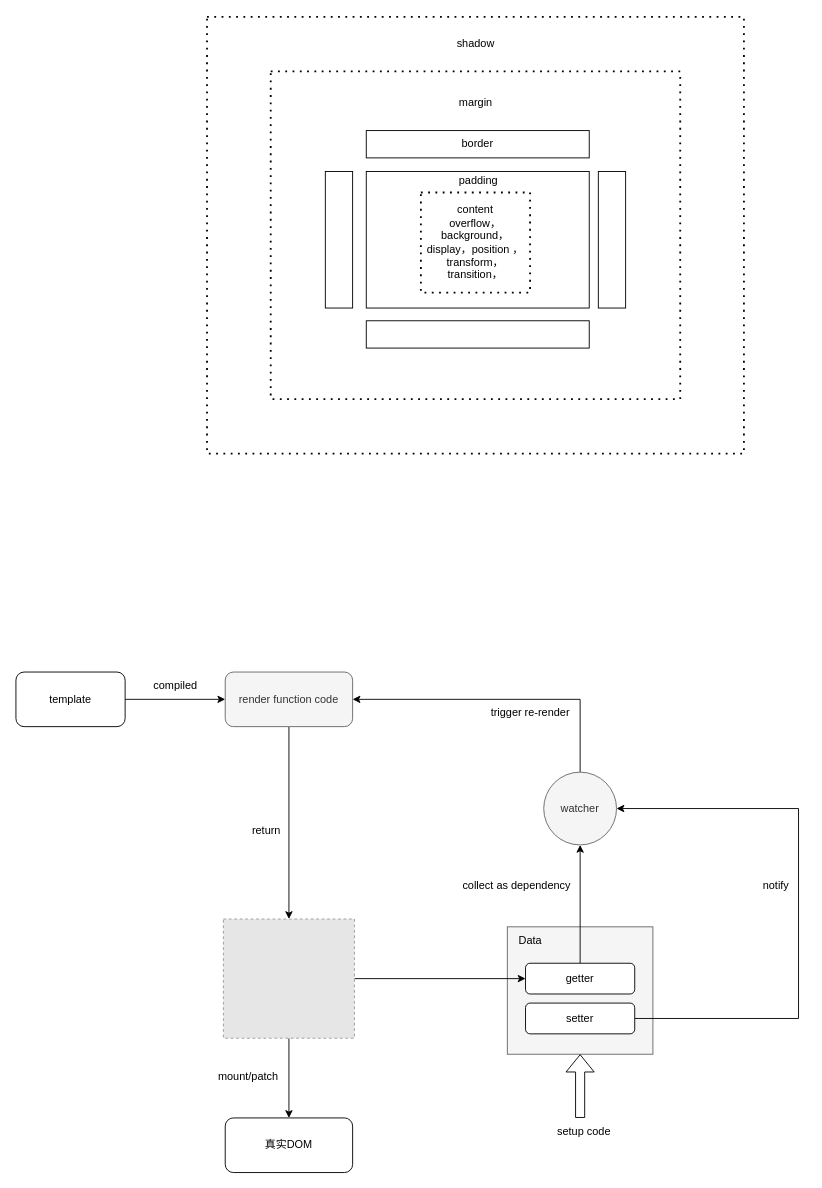
The draw.io diagram front_end.drawio in tearsmoon/drawio, before the edit. Source tidied: cells renumbered, new cells numbered last; positions are measured from the earlier drawing's top-left corner, leaving out a move shared by most shapes. Both pictures are drawn from the tidied source at 91%, with x=0, y=0 at pixel (15, 16). Pictures stored in the file or linked from it are replaced by grey dashed boxes.
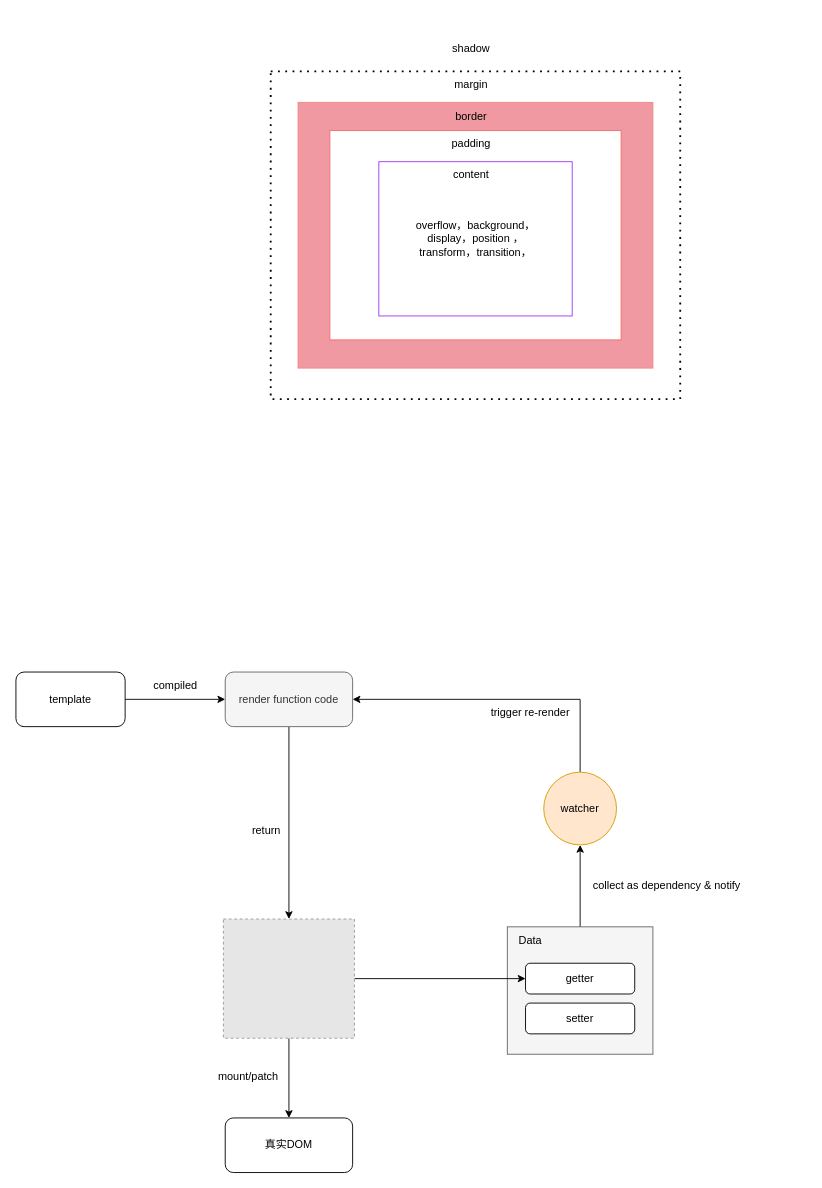
The same page after the edit.

The change refers to these unchanged cells:
```xml
<mxCell id="2" style="rounded=0;whiteSpace=wrap;html=1;fillColor=#f5f5f5;fontColor=#333333;strokeColor=#666666;" parent="1" vertex="1">
  <mxGeometry x="540" y="1000" width="160" height="140" as="geometry" />
</mxCell>
<mxCell id="28" value="getter" style="rounded=1;whiteSpace=wrap;html=1;" parent="1" vertex="1">
  <mxGeometry x="560" y="1040" width="120" height="33.8" as="geometry" />
</mxCell>
<mxCell id="30" value="setter" style="rounded=1;whiteSpace=wrap;html=1;" parent="1" vertex="1">
  <mxGeometry x="560" y="1083.8" width="120" height="33.8" as="geometry" />
</mxCell>
```

What changed in the source:
```diff
@@
+    <mxCell id="37" style="edgeStyle=orthogonalEdgeStyle;rounded=0;jettySize=auto;html=1;exitX=0.5;exitY=0;exitDx=0;exitDy=0;entryX=0.5;entryY=1;entryDx=0;entryDy=0;" parent="1" edge="1" source="2" target="24">
+      <mxGeometry relative="1" as="geometry" />
+    </mxCell>
@@
-    <mxCell id="3" style="rounded=0;whiteSpace=wrap;html=1;endArrow=none;dashed=1;html=1;dashPattern=1 3;strokeWidth=2;rounded=0;" parent="1" vertex="1">
-      <mxGeometry x="210" width="590" height="480" as="geometry" />
-    </mxCell>
@@
-    <mxCell id="5" value="border" style="rounded=0;whiteSpace=wrap;html=1;" parent="1" vertex="1">
-      <mxGeometry x="385" y="125" width="245" height="30" as="geometry" />
-    </mxCell>
-    <mxCell id="6" style="rounded=0;whiteSpace=wrap;html=1;" parent="1" vertex="1">
-      <mxGeometry x="340" y="170" width="30" height="150" as="geometry" />
-    </mxCell>
-    <mxCell id="7" style="rounded=0;whiteSpace=wrap;html=1;" parent="1" vertex="1">
-      <mxGeometry x="640" y="170" width="30" height="150" as="geometry" />
-    </mxCell>
-    <mxCell id="8" style="rounded=0;whiteSpace=wrap;html=1;" parent="1" vertex="1">
-      <mxGeometry x="385" y="334" width="245" height="30" as="geometry" />
-    </mxCell>
-    <mxCell id="9" style="rounded=0;whiteSpace=wrap;html=1;" parent="1" vertex="1">
-      <mxGeometry x="385" y="170" width="245" height="150" as="geometry" />
-    </mxCell>
-    <mxCell id="10" value="padding" style="text;html=1;align=center;verticalAlign=middle;strokeColor=none;fillColor=none;" parent="1" vertex="1">
-      <mxGeometry x="472.5" y="165" width="70" height="30" as="geometry" />
-    </mxCell>
     <mxCell id="11" value="margin" style="text;html=1;align=center;verticalAlign=middle;strokeColor=none;fillColor=none;" parent="1" vertex="1">
-      <mxGeometry x="475" y="80" width="60" height="30" as="geometry" />
+      <mxGeometry x="470" y="60" width="60" height="30" as="geometry" />
     </mxCell>
     <mxCell id="12" value="shadow" style="text;html=1;align=center;verticalAlign=middle;strokeColor=none;fillColor=none;" parent="1" vertex="1">
-      <mxGeometry x="475" y="15" width="60" height="30" as="geometry" />
+      <mxGeometry x="470" y="20" width="60" height="30" as="geometry" />
     </mxCell>
@@
-    <mxCell id="24" value="watcher" style="ellipse;whiteSpace=wrap;html=1;fillColor=#f5f5f5;fontColor=#333333;strokeColor=#666666;" parent="1" vertex="1">
+    <mxCell id="24" value="watcher" style="ellipse;whiteSpace=wrap;html=1;fillColor=#ffe6cc;strokeColor=#d79b00;" parent="1" vertex="1">
       <mxGeometry x="580" y="830" width="80" height="80" as="geometry" />
     </mxCell>
@@
-    <mxCell id="27" style="edgeStyle=orthogonalEdgeStyle;rounded=0;jettySize=auto;html=1;exitX=0.5;exitY=0;exitDx=0;exitDy=0;entryX=0.5;entryY=1;entryDx=0;entryDy=0;" parent="1" edge="1" source="28" target="24">
-      <mxGeometry relative="1" as="geometry" />
-    </mxCell>
@@
-    <mxCell id="29" style="edgeStyle=orthogonalEdgeStyle;rounded=0;jettySize=auto;html=1;exitX=1;exitY=0.5;exitDx=0;exitDy=0;entryX=1;entryY=0.5;entryDx=0;entryDy=0;" parent="1" edge="1" source="30" target="24">
-      <mxGeometry relative="1" as="geometry">
-        <Array as="points">
-          <mxPoint x="860" y="1101" />
-          <mxPoint x="860" y="870" />
-        </Array>
-      </mxGeometry>
-    </mxCell>
@@
-    <mxCell id="31" value="collect as dependency" style="text;html=1;align=center;verticalAlign=middle;strokeColor=none;fillColor=none;" parent="1" vertex="1">
-      <mxGeometry x="480" y="940" width="140" height="30" as="geometry" />
-    </mxCell>
-    <mxCell id="32" value="notify" style="text;html=1;align=center;verticalAlign=middle;strokeColor=none;fillColor=none;" parent="1" vertex="1">
-      <mxGeometry x="810" y="940" width="50" height="30" as="geometry" />
+    <mxCell id="32" value="collect as dependency &amp;amp; notify" style="text;html=1;align=center;verticalAlign=middle;strokeColor=none;fillColor=none;" parent="1" vertex="1">
+      <mxGeometry x="620" y="940" width="190" height="30" as="geometry" />
     </mxCell>
@@
-    <mxCell id="34" style="shape=flexArrow;endArrow=classic;html=1;rounded=0;" parent="1" edge="1">
-      <mxGeometry relative="1" as="geometry">
-        <mxPoint x="620" y="1210" as="sourcePoint" />
-        <mxPoint x="620" y="1140" as="targetPoint" />
-      </mxGeometry>
-    </mxCell>
-    <mxCell id="35" value="setup code" style="text;html=1;align=center;verticalAlign=middle;strokeColor=none;fillColor=none;" parent="1" vertex="1">
-      <mxGeometry x="584" y="1210" width="80" height="30" as="geometry" />
-    </mxCell>
+    <mxCell id="38" style="rounded=0;whiteSpace=wrap;html=1;fillColor=#f099a2;strokeColor=#f28787;" parent="1" vertex="1">
+      <mxGeometry x="310" y="94" width="390" height="292" as="geometry" />
+    </mxCell>
+    <mxCell id="39" style="rounded=0;whiteSpace=wrap;html=1;strokeColor=#f26e6e;" parent="1" vertex="1">
+      <mxGeometry x="345" y="125" width="320" height="230" as="geometry" />
+    </mxCell>
-    <mxCell id="36" value="content&lt;br style=&quot;border-color: var(--border-color);&quot;&gt;overflow，background，&lt;br style=&quot;border-color: var(--border-color);&quot;&gt;display，position ，&lt;br style=&quot;border-color: var(--border-color);&quot;&gt;transform，transition，" style="rounded=0;whiteSpace=wrap;html=1;endArrow=none;dashed=1;html=1;dashPattern=1 3;strokeWidth=2;rounded=0;" parent="1" vertex="1">
-      <mxGeometry x="445" y="193" width="120" height="110" as="geometry" />
+    <mxCell id="36" value="overflow，background，&lt;br style=&quot;border-color: var(--border-color);&quot;&gt;display，position ，&lt;br style=&quot;border-color: var(--border-color);&quot;&gt;transform，transition，" style="rounded=0;whiteSpace=wrap;html=1;strokeColor=#a039f3;" parent="1" vertex="1">
+      <mxGeometry x="398.8" y="159.2" width="212.5" height="169.5" as="geometry" />
     </mxCell>
+    <mxCell id="5" value="&lt;span style=&quot;text-wrap: wrap;&quot;&gt;border&lt;/span&gt;" style="text;html=1;align=center;verticalAlign=middle;strokeColor=none;fillColor=none;" parent="1" vertex="1">
+      <mxGeometry x="470" y="95" width="60" height="30" as="geometry" />
+    </mxCell>
+    <mxCell id="10" value="padding" style="text;html=1;align=center;verticalAlign=middle;strokeColor=none;fillColor=none;" parent="1" vertex="1">
+      <mxGeometry x="465" y="125" width="70" height="30" as="geometry" />
+    </mxCell>
+    <mxCell id="40" value="&lt;span style=&quot;text-wrap: wrap;&quot;&gt;content&lt;/span&gt;" style="text;html=1;align=center;verticalAlign=middle;strokeColor=none;fillColor=none;" parent="1" vertex="1">
+      <mxGeometry x="470" y="159.2" width="60" height="30" as="geometry" />
+    </mxCell>
```
